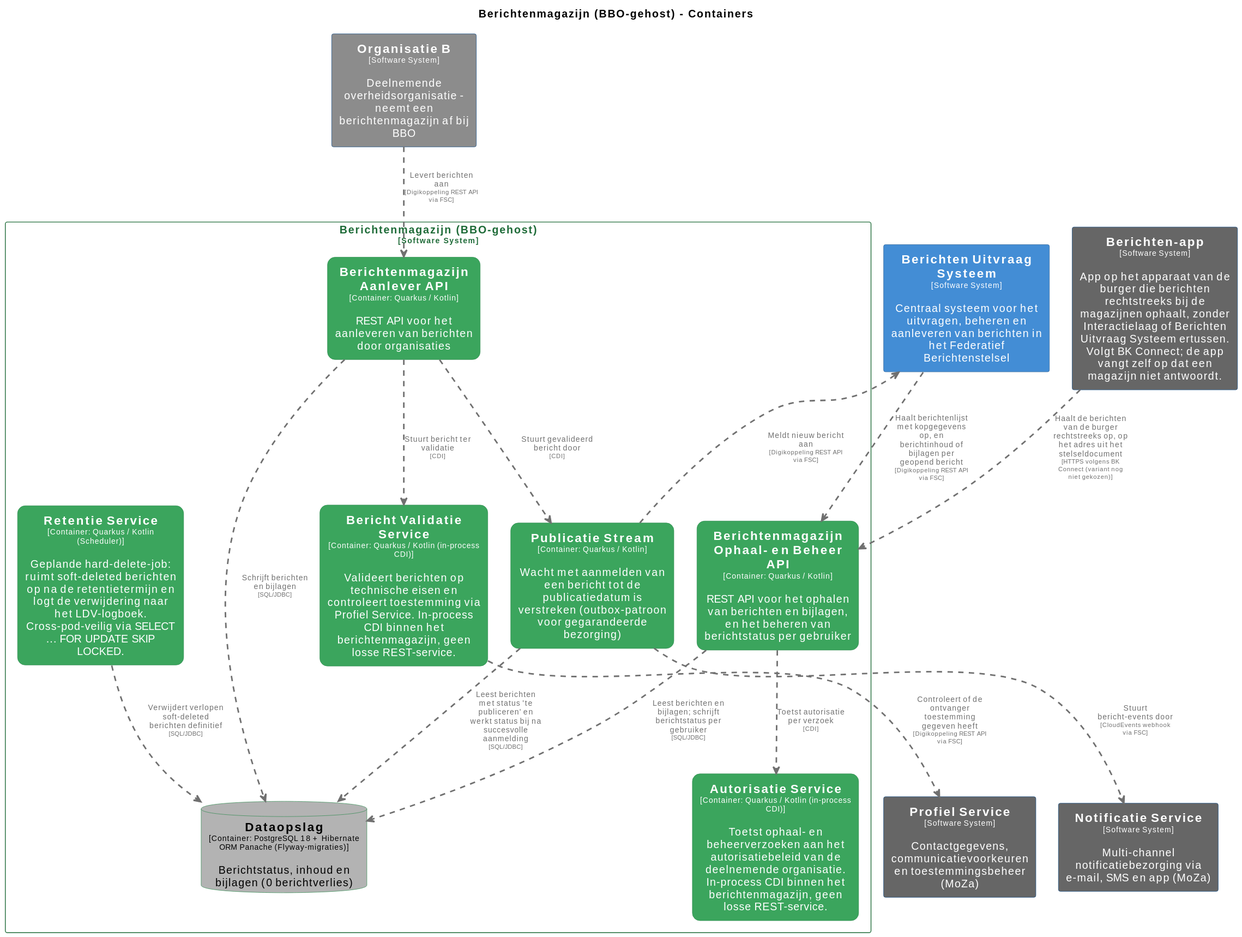
This is pr-preview/pr-361/master/svg/BerichtenmagazijnContainers.svg from MinBZK/moza-poc-fbs-berichtenbox, a PlantUML export, as it was before one commit. Its source is kept beside it as pr-preview/pr-361/master/puml/BerichtenmagazijnContainers.puml.
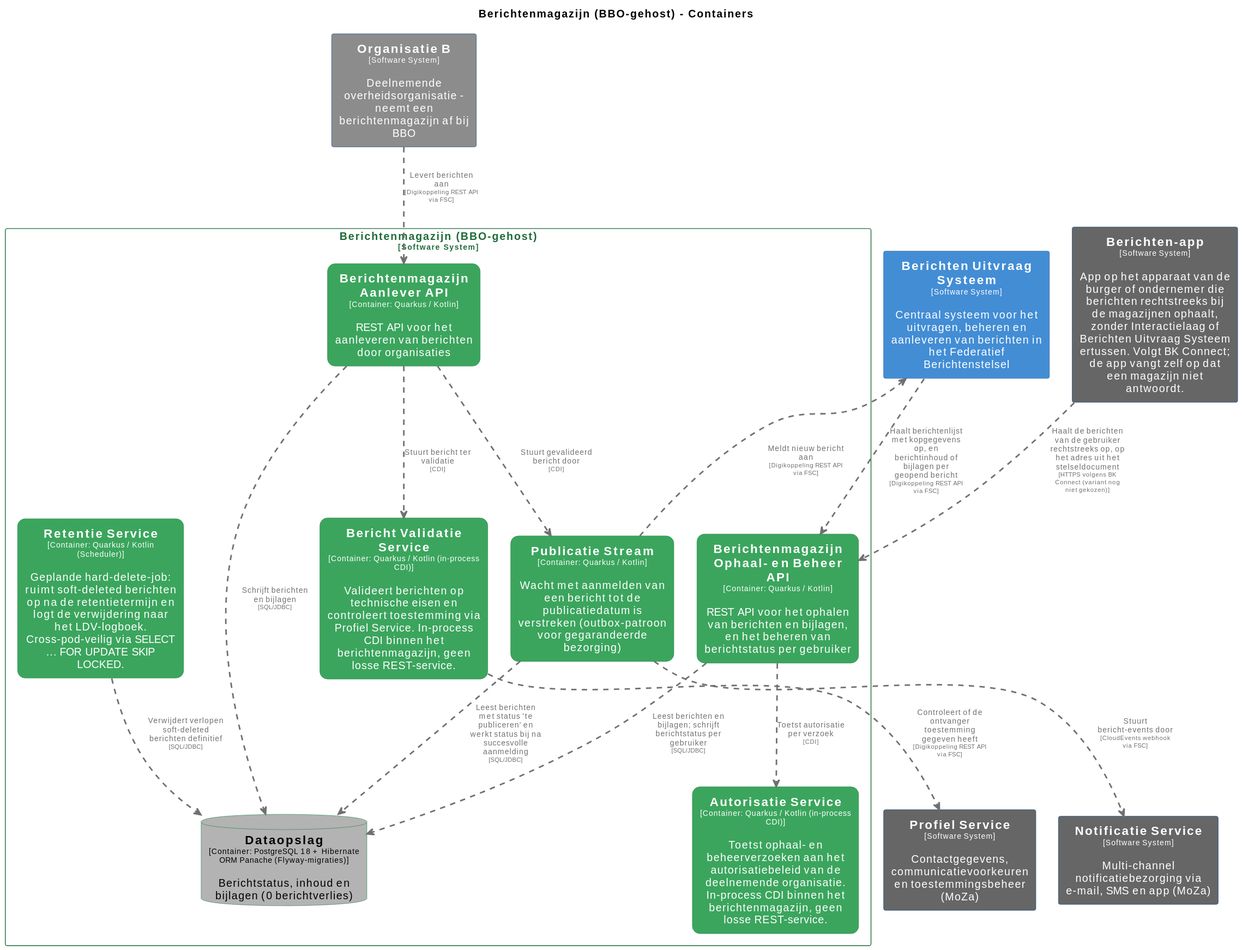
After the change.

Change to the diagram source:
```diff
@@ -103,7 +103,7 @@
 rectangle "==Notificatie Service\n<size:10>[Software System]</size>\n\nMulti-channel notificatiebezorging via e-mail, SMS en app (MoZa)" <<NotificatieService>> as NotificatieService
 rectangle "==Organisatie B\n<size:10>[Software System]</size>\n\nDeelnemende overheidsorganisatie - neemt een berichtenmagazijn af bij BBO" <<OrganisatieB>> as OrganisatieB
 rectangle "==Berichten Uitvraag Systeem\n<size:10>[Software System]</size>\n\nCentraal systeem voor het uitvragen, beheren en aanleveren van berichten in het Federatief Berichtenstelsel" <<BerichtenUitvraagSysteem>> as BerichtenUitvraagSysteem
-rectangle "==Berichten-app\n<size:10>[Software System]</size>\n\nApp op het apparaat van de burger die berichten rechtstreeks bij de magazijnen ophaalt, zonder Interactielaag of Berichten Uitvraag Systeem ertussen. Volgt BK Connect; de app vangt zelf op dat een magazijn niet antwoordt." <<Berichtenapp>> as Berichtenapp
+rectangle "==Berichten-app\n<size:10>[Software System]</size>\n\nApp op het apparaat van de burger of ondernemer die berichten rechtstreeks bij de magazijnen ophaalt, zonder Interactielaag of Berichten Uitvraag Systeem ertussen. Volgt BK Connect; de app vangt zelf op dat een magazijn niet antwoordt." <<Berichtenapp>> as Berichtenapp
 
 rectangle "Berichtenmagazijn (BBO-gehost)\n<size:10>[Software System]</size>" <<BerichtenmagazijnBBOgehost>> {
   rectangle "==Berichtenmagazijn Ophaal- en Beheer API\n<size:10>[Container: Quarkus / Kotlin]</size>\n\nREST API voor het ophalen van berichten en bijlagen, en het beheren van berichtstatus per gebruiker" <<BerichtenmagazijnBBOgehost.BerichtenmagazijnOphaalenBeheerAPI>> as BerichtenmagazijnBBOgehost.BerichtenmagazijnOphaalenBeheerAPI
@@ -115,7 +115,7 @@
   rectangle "==Retentie Service\n<size:10>[Container: Quarkus / Kotlin (Scheduler)]</size>\n\nGeplande hard-delete-job: ruimt soft-deleted berichten op na de retentietermijn en logt de verwijdering naar het LDV-logboek. Cross-pod-veilig via SELECT ... FOR UPDATE SKIP LOCKED." <<BerichtenmagazijnBBOgehost.RetentieService>> as BerichtenmagazijnBBOgehost.RetentieService
 }
 
-Berichtenapp .[#707070,thickness=2].> BerichtenmagazijnBBOgehost.BerichtenmagazijnOphaalenBeheerAPI : "<color:#707070>Haalt de berichten van de burger rechtstreeks op, op het adres uit het stelseldocument\n<color:#707070><size:8>[HTTPS volgens BK Connect (variant nog niet gekozen)]</size>"
+Berichtenapp .[#707070,thickness=2].> BerichtenmagazijnBBOgehost.BerichtenmagazijnOphaalenBeheerAPI : "<color:#707070>Haalt de berichten van de gebruiker rechtstreeks op, op het adres uit het stelseldocument\n<color:#707070><size:8>[HTTPS volgens BK Connect (variant nog niet gekozen)]</size>"
 BerichtenUitvraagSysteem .[#707070,thickness=2].> BerichtenmagazijnBBOgehost.BerichtenmagazijnOphaalenBeheerAPI : "<color:#707070>Haalt berichtenlijst met kopgegevens op, en berichtinhoud of bijlagen per geopend bericht\n<color:#707070><size:8>[Digikoppeling REST API via FSC]</size>"
 BerichtenmagazijnBBOgehost.PublicatieStream .[#707070,thickness=2].> BerichtenUitvraagSysteem : "<color:#707070>Meldt nieuw bericht aan\n<color:#707070><size:8>[Digikoppeling REST API via FSC]</size>"
 BerichtenmagazijnBBOgehost.PublicatieStream .[#707070,thickness=2].> NotificatieService : "<color:#707070>Stuurt bericht-events door\n<color:#707070><size:8>[CloudEvents webhook via FSC]</size>"
```
